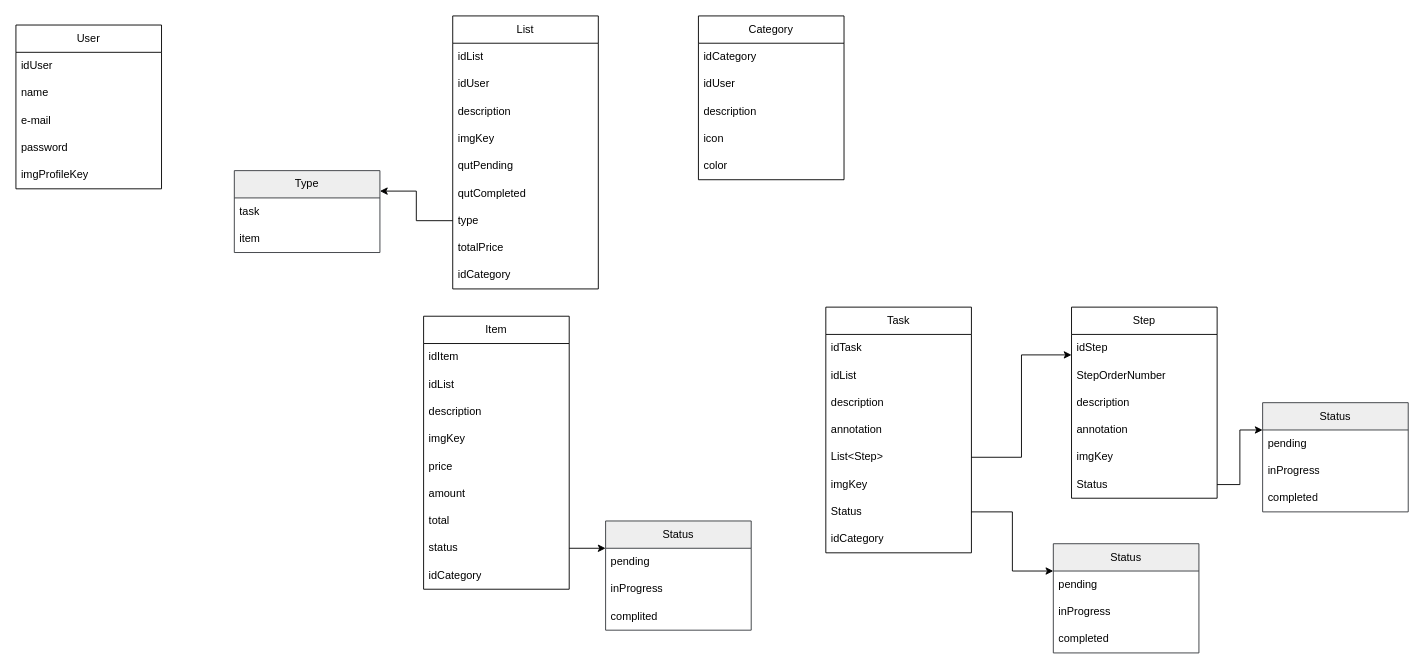
Before: page "Entidades" (1 of 4) of Lista.drawio in wakander-joan/Project-List, a draw.io diagram. Source tidied: cells renumbered, new cells numbered last; positions are measured from the earlier drawing's top-left corner, leaving out a move shared by most shapes. Both pictures are drawn from the tidied source at 91%, with x=0, y=0 at pixel (15, 15).
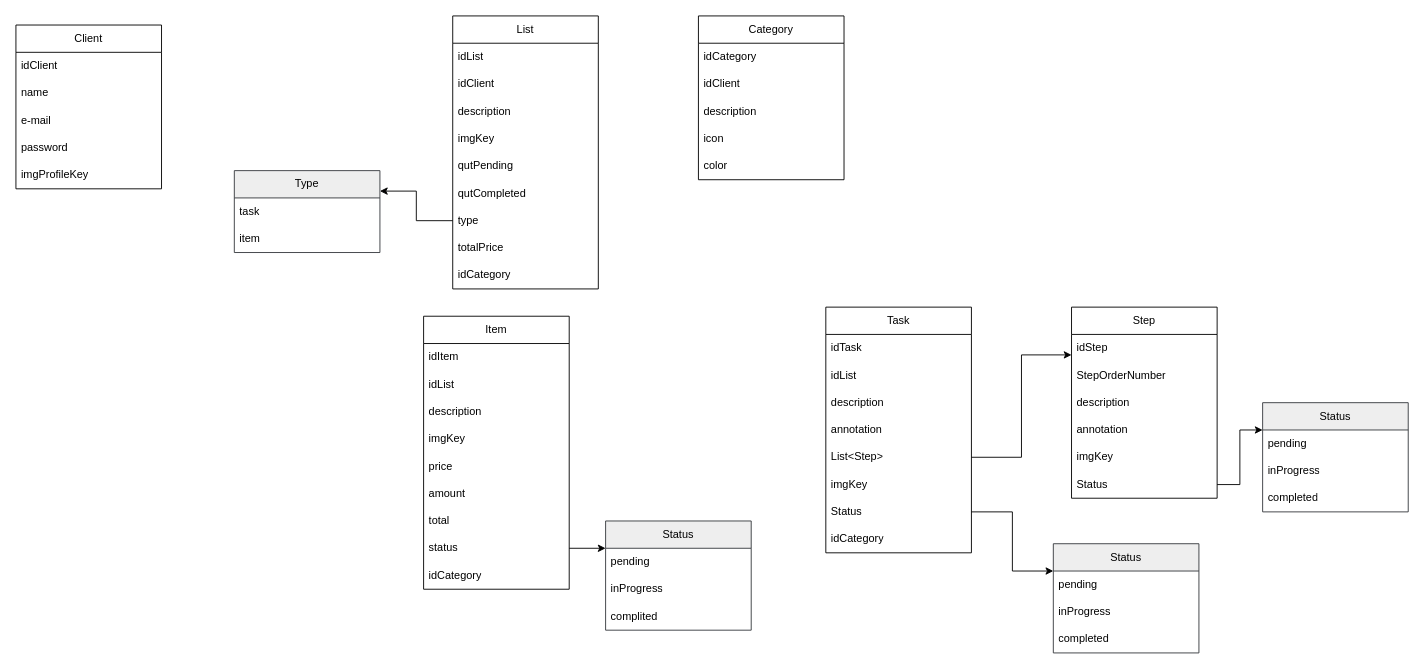
After the change.

The change refers to these unchanged cells:
```xml
<mxCell id="2" value="List" style="swimlane;fontStyle=0;horizontal=1;startSize=30;whiteSpace=wrap;html=1;" parent="1" vertex="1">
  <mxGeometry x="480" width="160" height="300" as="geometry" />
</mxCell>
<mxCell id="12" value="Category" style="swimlane;fontStyle=0;horizontal=1;startSize=30;whiteSpace=wrap;html=1;" parent="1" vertex="1">
  <mxGeometry x="750" width="160" height="180" as="geometry" />
</mxCell>
```

What changed in the source:
```diff
@@
-    <mxCell id="4" value="idUser" style="text;strokeColor=none;fillColor=none;align=left;verticalAlign=middle;spacingLeft=4;spacingRight=4;overflow=hidden;whiteSpace=wrap;html=1;" parent="2" vertex="1">
+    <mxCell id="4" value="id&lt;span style=&quot;text-align: center;&quot;&gt;Client&lt;/span&gt;" style="text;strokeColor=none;fillColor=none;align=left;verticalAlign=middle;spacingLeft=4;spacingRight=4;overflow=hidden;whiteSpace=wrap;html=1;" parent="2" vertex="1">
       <mxGeometry y="60" width="160" height="30" as="geometry" />
     </mxCell>
@@
-    <mxCell id="14" value="idUser" style="text;strokeColor=none;fillColor=none;align=left;verticalAlign=middle;spacingLeft=4;spacingRight=4;overflow=hidden;whiteSpace=wrap;html=1;" parent="12" vertex="1">
+    <mxCell id="14" value="id&lt;span style=&quot;text-align: center;&quot;&gt;Client&lt;/span&gt;" style="text;strokeColor=none;fillColor=none;align=left;verticalAlign=middle;spacingLeft=4;spacingRight=4;overflow=hidden;whiteSpace=wrap;html=1;" parent="12" vertex="1">
       <mxGeometry y="60" width="160" height="30" as="geometry" />
     </mxCell>
@@
-    <mxCell id="64" value="User" style="swimlane;fontStyle=0;horizontal=1;startSize=30;whiteSpace=wrap;html=1;" parent="1" vertex="1">
+    <mxCell id="64" value="Client" style="swimlane;fontStyle=0;horizontal=1;startSize=30;whiteSpace=wrap;html=1;" parent="1" vertex="1">
       <mxGeometry y="10" width="160" height="180" as="geometry" />
     </mxCell>
-    <mxCell id="65" value="idUser" style="text;strokeColor=none;fillColor=none;align=left;verticalAlign=middle;spacingLeft=4;spacingRight=4;overflow=hidden;whiteSpace=wrap;html=1;" parent="64" vertex="1">
+    <mxCell id="65" value="id&lt;span style=&quot;text-align: center;&quot;&gt;Client&lt;/span&gt;" style="text;strokeColor=none;fillColor=none;align=left;verticalAlign=middle;spacingLeft=4;spacingRight=4;overflow=hidden;whiteSpace=wrap;html=1;" parent="64" vertex="1">
       <mxGeometry y="30" width="160" height="30" as="geometry" />
     </mxCell>
```
